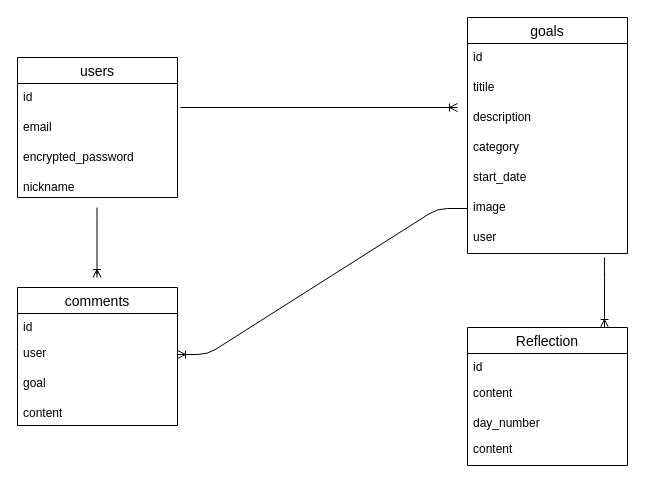
Before: DB .dio in naoyaaaa/oriapp, a draw.io diagram. Source tidied: cells renumbered, new cells numbered last; positions are measured from the earlier drawing's top-left corner, leaving out a move shared by most shapes. Both pictures are drawn from the tidied source at 100%, with x=0, y=0 at pixel (17, 17).
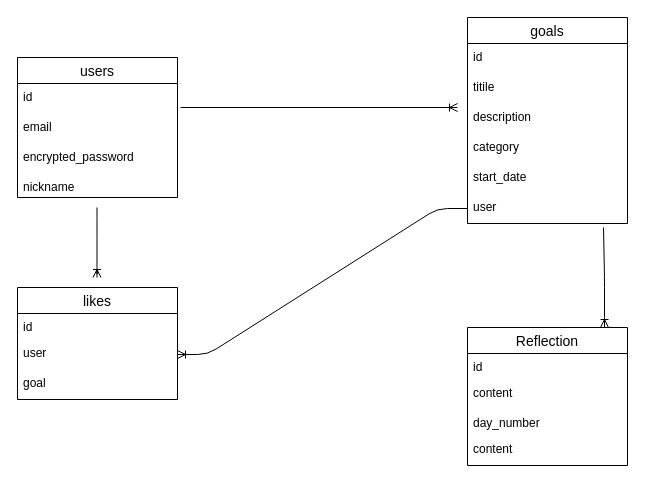
The same diagram, later.

What changed in the source:
```diff
@@
     <mxCell id="7" value="goals" style="swimlane;fontStyle=0;horizontal=1;startSize=26;align=center;fontSize=14;" parent="1" vertex="1">
-      <mxGeometry x="450" width="160" height="236" as="geometry" />
+      <mxGeometry x="450" width="160" height="206" as="geometry" />
     </mxCell>
@@
-    <mxCell id="13" value="image" style="text;strokeColor=none;fillColor=none;spacingLeft=4;spacingRight=4;overflow=hidden;points=[[0,0.5],[1,0.5]];portConstraint=eastwest;fontSize=12;" parent="7" vertex="1">
+    <mxCell id="13" value="user" style="text;strokeColor=none;fillColor=none;spacingLeft=4;spacingRight=4;overflow=hidden;points=[[0,0.5],[1,0.5]];portConstraint=eastwest;fontSize=12;" parent="7" vertex="1">
       <mxGeometry y="176" width="160" height="30" as="geometry" />
     </mxCell>
-    <mxCell id="14" value="user" style="text;strokeColor=none;fillColor=none;spacingLeft=4;spacingRight=4;overflow=hidden;points=[[0,0.5],[1,0.5]];portConstraint=eastwest;fontSize=12;" parent="7" vertex="1">
-      <mxGeometry y="206" width="160" height="30" as="geometry" />
-    </mxCell>
-    <mxCell id="15" value="comments" style="swimlane;fontStyle=0;horizontal=1;startSize=26;align=center;fontSize=14;" parent="1" vertex="1">
-      <mxGeometry y="270" width="160" height="138" as="geometry" />
+    <mxCell id="15" value="likes" style="swimlane;fontStyle=0;horizontal=1;startSize=26;align=center;fontSize=14;" parent="1" vertex="1">
+      <mxGeometry y="270" width="160" height="112" as="geometry" />
     </mxCell>
@@
-    <mxCell id="19" value="content" style="text;strokeColor=none;fillColor=none;align=left;verticalAlign=top;spacingLeft=4;spacingRight=4;overflow=hidden;whiteSpace=wrap;html=1;" parent="15" vertex="1">
-      <mxGeometry y="112" width="160" height="26" as="geometry" />
-    </mxCell>
@@
-    <mxCell id="26" style="edgeStyle=none;html=1;endArrow=ERoneToMany;endFill=0;exitX=0.856;exitY=1.133;exitDx=0;exitDy=0;exitPerimeter=0;" parent="1" edge="1" source="14">
+    <mxCell id="26" style="edgeStyle=none;html=1;endArrow=ERoneToMany;endFill=0;exitX=0.85;exitY=1.133;exitDx=0;exitDy=0;exitPerimeter=0;" parent="1" edge="1" source="13">
       <mxGeometry relative="1" as="geometry">
         <mxPoint x="587" y="310" as="targetPoint" />
         <Array as="points">
           <mxPoint x="587" y="260" />
           <mxPoint x="587" y="310" />
           <mxPoint x="587" y="300" />
         </Array>
       </mxGeometry>
     </mxCell>
```
